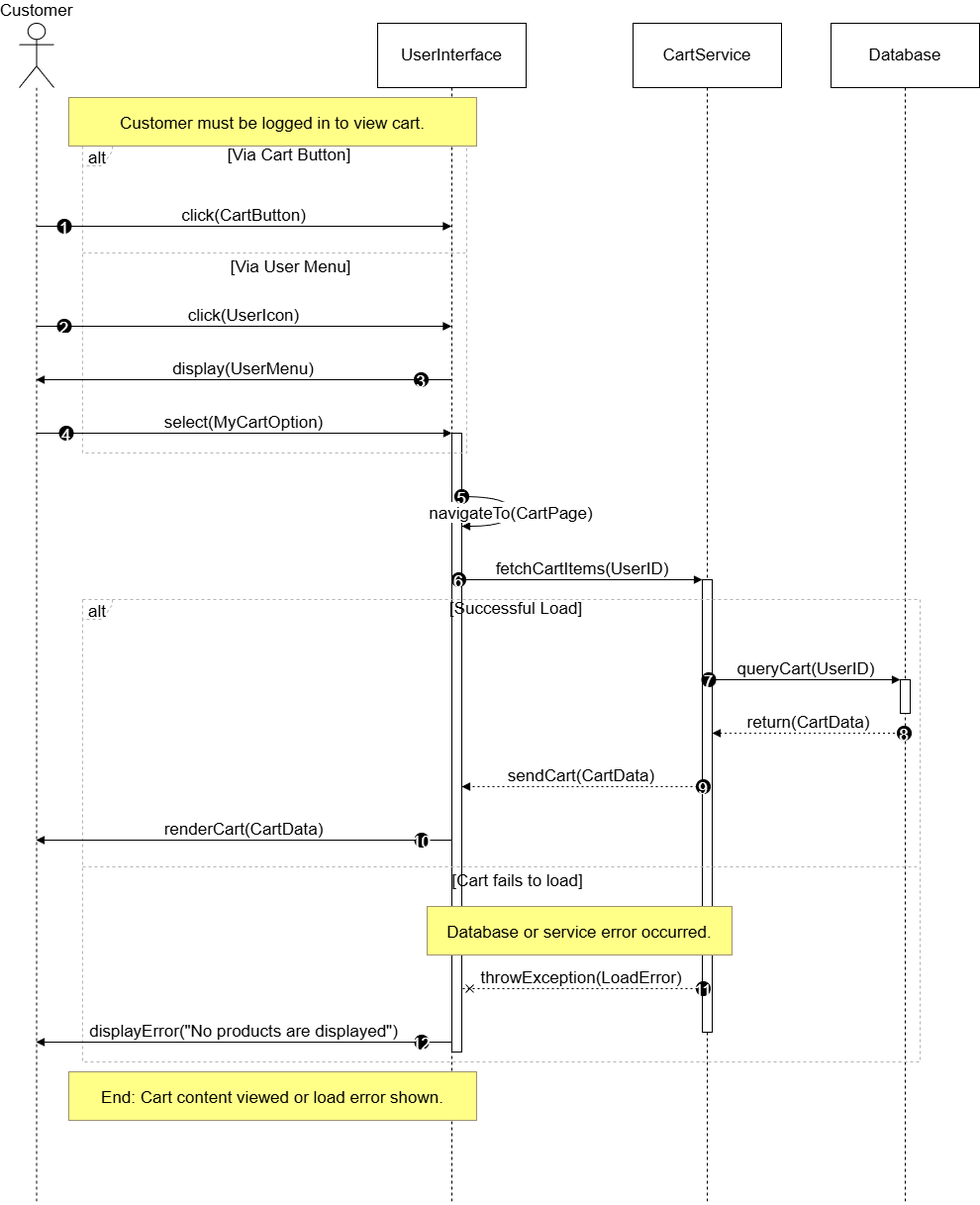
The draw.io diagram Sequence_Diagram/UC_7_ViewCart.drawio.png in auphong2707/PTTKHT-Final-Report, before a commit. Source tidied: cells renumbered, new cells last; positions are measured from the earlier drawing's top-left corner, leaving out a move shared by most shapes.
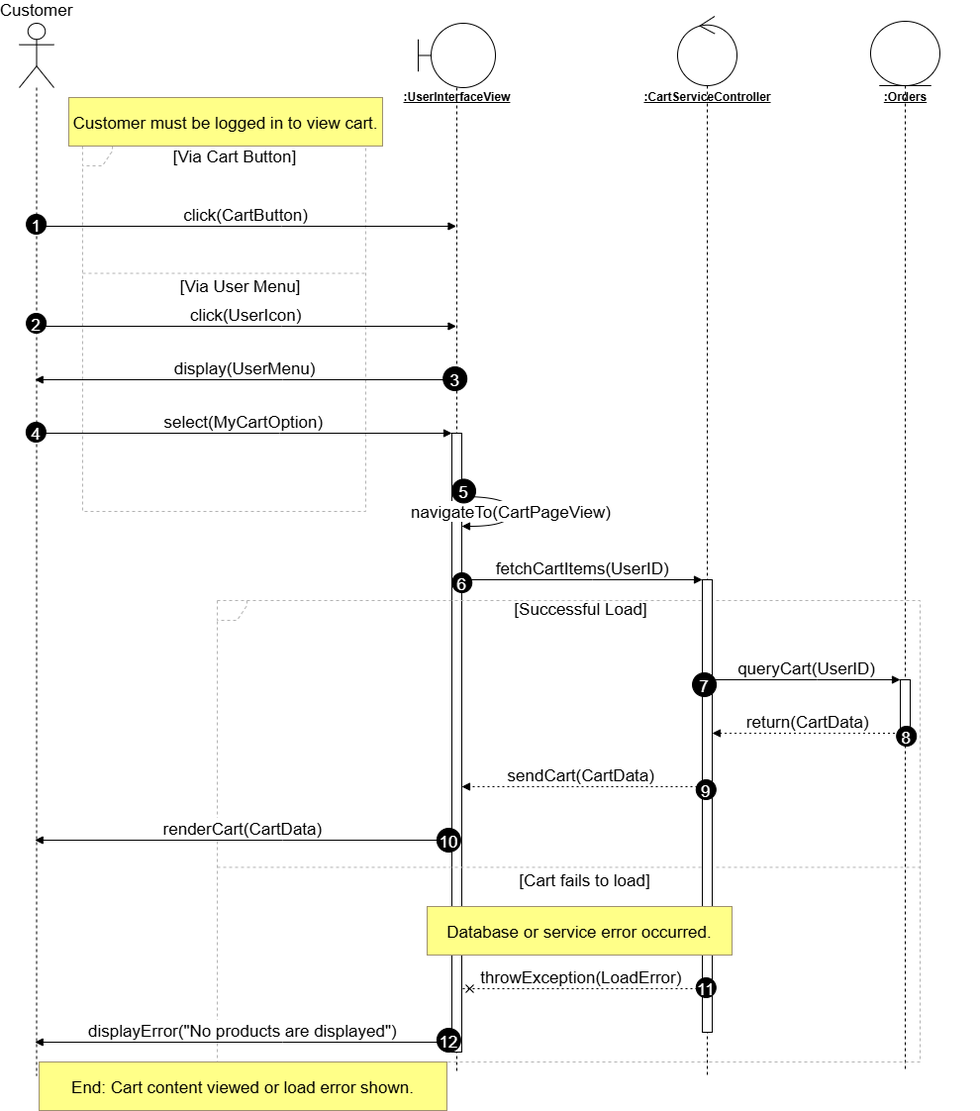
The same diagram one commit later.

What changed in the source:
```diff
@@ -4,40 +4,43 @@
     <mxCell id="1" parent="0" />
-    <mxCell id="2" value="Customer" style="shape=umlLifeline;perimeter=lifelinePerimeter;whiteSpace=wrap;outlineConnect=0;portConstraint=eastwest;newEdgeStyle={&quot;edgeStyle&quot;:&quot;elbowEdgeStyle&quot;,&quot;elbow&quot;:&quot;vertical&quot;,&quot;curved&quot;:0,&quot;rounded&quot;:0};participant=umlActor;verticalAlign=bottom;labelPosition=center;verticalLabelPosition=top;align=center;size=65;fontSize=17;" parent="1" vertex="1">
-      <mxGeometry width="35" height="1193" as="geometry" />
-    </mxCell>
-    <mxCell id="3" value="UserInterface" style="shape=umlLifeline;perimeter=lifelinePerimeter;whiteSpace=wrap;outlineConnect=0;portConstraint=eastwest;newEdgeStyle={&quot;edgeStyle&quot;:&quot;elbowEdgeStyle&quot;,&quot;elbow&quot;:&quot;vertical&quot;,&quot;curved&quot;:0,&quot;rounded&quot;:0};size=65;fontSize=17;" parent="1" vertex="1">
-      <mxGeometry x="362" width="150" height="1193" as="geometry" />
+    <mxCell id="3" style="shape=umlLifeline;perimeter=lifelinePerimeter;whiteSpace=wrap;outlineConnect=0;portConstraint=eastwest;newEdgeStyle={&quot;edgeStyle&quot;:&quot;elbowEdgeStyle&quot;,&quot;elbow&quot;:&quot;vertical&quot;,&quot;curved&quot;:0,&quot;rounded&quot;:0};participant=umlBoundary;size=65;fontSize=17;" parent="1" vertex="1">
+      <mxGeometry x="403" width="78" height="1060" as="geometry" />
     </mxCell>
-    <mxCell id="4" style="points=[];perimeter=orthogonalPerimeter;outlineConnect=0;targetShapes=umlLifeline;portConstraint=eastwest;newEdgeStyle={&quot;edgeStyle&quot;:&quot;elbowEdgeStyle&quot;,&quot;elbow&quot;:&quot;vertical&quot;,&quot;curved&quot;:0,&quot;rounded&quot;:0};fontSize=17;" parent="3" vertex="1">
-      <mxGeometry x="75" y="414" width="10" height="625" as="geometry" />
+    <mxCell id="4" style="points=[];perimeter=orthogonalPerimeter;outlineConnect=0;targetShapes=umlLifeline;portConstraint=eastwest;newEdgeStyle={&quot;edgeStyle&quot;:&quot;elbowEdgeStyle&quot;,&quot;elbow&quot;:&quot;vertical&quot;,&quot;curved&quot;:0,&quot;rounded&quot;:0};fontSize=17;" parent="1" vertex="1">
+      <mxGeometry x="437" y="414" width="10" height="625" as="geometry" />
     </mxCell>
+    <mxCell id="2" value="Customer" style="shape=umlLifeline;perimeter=lifelinePerimeter;whiteSpace=wrap;outlineConnect=0;portConstraint=eastwest;newEdgeStyle={&quot;edgeStyle&quot;:&quot;elbowEdgeStyle&quot;,&quot;elbow&quot;:&quot;vertical&quot;,&quot;curved&quot;:0,&quot;rounded&quot;:0};participant=umlActor;verticalAlign=bottom;labelPosition=center;verticalLabelPosition=top;align=center;size=65;fontSize=17;" parent="1" vertex="1">
+      <mxGeometry width="35" height="1063" as="geometry" />
+    </mxCell>
+    <mxCell id="42" value="&lt;u&gt;&lt;b&gt;:UserInterfaceView&lt;/b&gt;&lt;/u&gt;" style="text;html=1;align=center;verticalAlign=middle;" parent="1" vertex="1">
+      <mxGeometry x="367" y="65" width="150" height="20" as="geometry" />
+    </mxCell>
-    <mxCell id="5" value="CartService" style="shape=umlLifeline;perimeter=lifelinePerimeter;whiteSpace=wrap;newEdgeStyle={&quot;edgeStyle&quot;:&quot;elbowEdgeStyle&quot;,&quot;elbow&quot;:&quot;vertical&quot;,&quot;curved&quot;:0,&quot;rounded&quot;:0};size=65;fontSize=17;" parent="1" vertex="1">
-      <mxGeometry x="620" width="150" height="1193" as="geometry" />
+    <mxCell id="5" style="shape=umlLifeline;perimeter=lifelinePerimeter;whiteSpace=wrap;newEdgeStyle={&quot;edgeStyle&quot;:&quot;elbowEdgeStyle&quot;,&quot;elbow&quot;:&quot;vertical&quot;,&quot;curved&quot;:0,&quot;rounded&quot;:0};participant=umlControl;size=70;fontSize=17;" parent="1" vertex="1">
+      <mxGeometry x="665" y="-7" width="60" height="1070" as="geometry" />
     </mxCell>
-    <mxCell id="6" style="points=[];perimeter=orthogonalPerimeter;outlineConnect=0;targetShapes=umlLifeline;portConstraint=eastwest;newEdgeStyle={&quot;edgeStyle&quot;:&quot;elbowEdgeStyle&quot;,&quot;elbow&quot;:&quot;vertical&quot;,&quot;curved&quot;:0,&quot;rounded&quot;:0};fontSize=17;" parent="5" vertex="1">
-      <mxGeometry x="70" y="562" width="10" height="457" as="geometry" />
-    </mxCell>
+    <mxCell id="43" value="&lt;u&gt;&lt;b&gt;:CartServiceController&lt;/b&gt;&lt;/u&gt;" style="text;html=1;align=center;verticalAlign=middle;" parent="1" vertex="1">
+      <mxGeometry x="620" y="65" width="150" height="20" as="geometry" />
+    </mxCell>
-    <mxCell id="7" value="Database" style="shape=umlLifeline;perimeter=lifelinePerimeter;whiteSpace=wrap;outlineConnect=0;portConstraint=eastwest;newEdgeStyle={&quot;edgeStyle&quot;:&quot;elbowEdgeStyle&quot;,&quot;elbow&quot;:&quot;vertical&quot;,&quot;curved&quot;:0,&quot;rounded&quot;:0};size=65;fontSize=17;" parent="1" vertex="1">
-      <mxGeometry x="820" width="150" height="1193" as="geometry" />
+    <mxCell id="7" style="shape=umlLifeline;perimeter=lifelinePerimeter;whiteSpace=wrap;outlineConnect=0;portConstraint=eastwest;newEdgeStyle={&quot;edgeStyle&quot;:&quot;elbowEdgeStyle&quot;,&quot;elbow&quot;:&quot;vertical&quot;,&quot;curved&quot;:0,&quot;rounded&quot;:0};participant=umlEntity;size=65;fontSize=17;" parent="1" vertex="1">
+      <mxGeometry x="860" y="-2" width="70" height="1060" as="geometry" />
     </mxCell>
-    <mxCell id="8" style="points=[];perimeter=orthogonalPerimeter;outlineConnect=0;targetShapes=umlLifeline;portConstraint=eastwest;newEdgeStyle={&quot;edgeStyle&quot;:&quot;elbowEdgeStyle&quot;,&quot;elbow&quot;:&quot;vertical&quot;,&quot;curved&quot;:0,&quot;rounded&quot;:0};fontSize=17;" parent="7" vertex="1">
-      <mxGeometry x="70" y="663" width="10" height="34" as="geometry" />
-    </mxCell>
+    <mxCell id="44" value="&lt;u&gt;&lt;b&gt;:Orders&lt;/b&gt;&lt;/u&gt;" style="text;html=1;align=center;verticalAlign=middle;" parent="1" vertex="1">
+      <mxGeometry x="820" y="65" width="150" height="20" as="geometry" />
+    </mxCell>
-    <mxCell id="9" value="alt" style="shape=umlFrame;dashed=1;strokeColor=#B3B3B3;height=20;width=30;fontSize=17;" parent="1" vertex="1">
-      <mxGeometry x="64" y="124" width="388" height="310" as="geometry" />
+    <mxCell id="9" style="shape=umlFrame;dashed=1;strokeColor=#B3B3B3;height=20;width=30;fontSize=17;" parent="1" vertex="1">
+      <mxGeometry x="64" y="124" width="286" height="369" as="geometry" />
     </mxCell>
     <mxCell id="10" value="[Via Cart Button]" style="text;strokeColor=none;fillColor=none;align=center;verticalAlign=middle;whiteSpace=wrap;fontSize=17;" parent="9" vertex="1">
-      <mxGeometry x="30" width="358" height="20" as="geometry" />
+      <mxGeometry x="22.1" width="263.9" height="23.8" as="geometry" />
     </mxCell>
     <mxCell id="11" value="       [Via User Menu]" style="shape=line;dashed=1;whiteSpace=wrap;verticalAlign=top;labelPosition=center;verticalLabelPosition=middle;align=center;strokeColor=#B3B3B3;fontSize=17;" parent="9" vertex="1">
-      <mxGeometry y="106" width="388" height="4" as="geometry" />
+      <mxGeometry y="126.2" width="286" height="4.8" as="geometry" />
     </mxCell>
-    <mxCell id="12" value="alt" style="shape=umlFrame;dashed=1;strokeColor=#B3B3B3;height=20;width=30;fontSize=17;" parent="1" vertex="1">
-      <mxGeometry x="64" y="582" width="846" height="467" as="geometry" />
+    <mxCell id="12" style="shape=umlFrame;dashed=1;strokeColor=#B3B3B3;height=20;width=30;fontSize=17;" parent="1" vertex="1">
+      <mxGeometry x="200" y="583" width="710" height="466" as="geometry" />
     </mxCell>
     <mxCell id="13" value="[Successful Load]" style="text;strokeColor=none;fillColor=none;align=center;verticalAlign=middle;whiteSpace=wrap;fontSize=17;" parent="12" vertex="1">
-      <mxGeometry x="30" width="816" height="20" as="geometry" />
+      <mxGeometry x="25.2" width="684.8" height="20" as="geometry" />
     </mxCell>
     <mxCell id="14" value="       [Cart fails to load]" style="shape=line;dashed=1;whiteSpace=wrap;verticalAlign=top;labelPosition=center;verticalLabelPosition=middle;align=center;strokeColor=#B3B3B3;fontSize=17;" parent="12" vertex="1">
-      <mxGeometry y="268" width="846" height="4" as="geometry" />
+      <mxGeometry y="267.4" width="710" height="4" as="geometry" />
     </mxCell>
@@ -51,4 +54,4 @@
     <mxCell id="16" value="1" style="ellipse;fillColor=#000000;align=center;fontColor=#FFFFFF;fontSize=17;" parent="15" vertex="1">
-      <mxGeometry width="14" height="14" relative="1" as="geometry">
-        <mxPoint x="-188.5" y="-7" as="offset" />
+      <mxGeometry width="20" height="20" relative="1" as="geometry">
+        <mxPoint x="-222" y="-12" as="offset" />
       </mxGeometry>
@@ -63,4 +66,4 @@
     <mxCell id="18" value="2" style="ellipse;fillColor=#000000;align=center;fontColor=#FFFFFF;fontSize=17;" parent="17" vertex="1">
-      <mxGeometry width="14" height="14" relative="1" as="geometry">
-        <mxPoint x="-188.5" y="-7" as="offset" />
+      <mxGeometry width="20" height="20" relative="1" as="geometry">
+        <mxPoint x="-222" y="-13" as="offset" />
       </mxGeometry>
@@ -75,4 +78,4 @@
     <mxCell id="20" value="3" style="ellipse;fillColor=#000000;align=center;fontColor=#FFFFFF;fontSize=17;" parent="19" vertex="1">
-      <mxGeometry width="14" height="14" relative="1" as="geometry">
-        <mxPoint x="172.5" y="-7" as="offset" />
+      <mxGeometry width="24" height="24" relative="1" as="geometry">
+        <mxPoint x="200" y="-13" as="offset" />
       </mxGeometry>
@@ -87,7 +90,49 @@
     <mxCell id="22" value="4" style="ellipse;fillColor=#000000;align=center;fontColor=#FFFFFF;fontSize=17;" parent="21" vertex="1">
-      <mxGeometry width="14" height="14" relative="1" as="geometry">
-        <mxPoint x="-186.5" y="-7" as="offset" />
+      <mxGeometry width="20" height="20" relative="1" as="geometry">
+        <mxPoint x="-220" y="-11" as="offset" />
       </mxGeometry>
     </mxCell>
+    <mxCell id="25" value="fetchCartItems(UserID)" style="verticalAlign=bottom;edgeStyle=elbowEdgeStyle;elbow=vertical;curved=0;rounded=0;endArrow=block;fontSize=17;" parent="1" edge="1" source="4" target="6">
+      <mxGeometry relative="1" as="geometry">
+        <Array as="points">
+          <mxPoint x="579" y="562" />
+        </Array>
+      </mxGeometry>
+    </mxCell>
+    <mxCell id="26" value="6" style="ellipse;fillColor=#000000;align=center;fontColor=#FFFFFF;fontSize=17;" parent="25" vertex="1">
+      <mxGeometry width="20" height="20" relative="1" as="geometry">
+        <mxPoint x="-132" y="-7" as="offset" />
+      </mxGeometry>
+    </mxCell>
+    <mxCell id="33" value="renderCart(CartData)" style="verticalAlign=bottom;edgeStyle=elbowEdgeStyle;elbow=vertical;curved=0;rounded=0;endArrow=block;fontSize=17;" parent="1" edge="1" source="4" target="2">
+      <mxGeometry relative="1" as="geometry">
+        <Array as="points">
+          <mxPoint x="266" y="825" />
+        </Array>
+      </mxGeometry>
+    </mxCell>
+    <mxCell id="34" value="10" style="ellipse;fillColor=#000000;align=center;fontColor=#FFFFFF;fontSize=17;" parent="33" vertex="1">
+      <mxGeometry width="24" height="24" relative="1" as="geometry">
+        <mxPoint x="196" y="-12" as="offset" />
+      </mxGeometry>
+    </mxCell>
+    <mxCell id="37" value="displayError(&quot;No products are displayed&quot;)" style="verticalAlign=bottom;edgeStyle=elbowEdgeStyle;elbow=vertical;curved=0;rounded=0;endArrow=block;fontSize=17;" parent="1" edge="1" source="4" target="2">
+      <mxGeometry relative="1" as="geometry">
+        <Array as="points">
+          <mxPoint x="266" y="1029" />
+        </Array>
+      </mxGeometry>
+    </mxCell>
+    <mxCell id="38" value="12" style="ellipse;fillColor=#000000;align=center;fontColor=#FFFFFF;fontSize=17;" parent="37" vertex="1">
+      <mxGeometry width="24" height="24" relative="1" as="geometry">
+        <mxPoint x="196" y="-14" as="offset" />
+      </mxGeometry>
+    </mxCell>
+    <mxCell id="39" value="Customer must be logged in to view cart." style="fillColor=#ffff88;strokeColor=#9E916F;fontSize=17;" parent="1" vertex="1">
+      <mxGeometry x="50" y="75" width="317" height="49" as="geometry" />
+    </mxCell>
+    <mxCell id="41" value="End: Cart content viewed or load error shown." style="fillColor=#ffff88;strokeColor=#9E916F;fontSize=17;" parent="1" vertex="1">
+      <mxGeometry x="20" y="1049" width="412" height="49" as="geometry" />
+    </mxCell>
-    <mxCell id="23" value="navigateTo(CartPage)" style="curved=1;endArrow=block;rounded=0;fontSize=17;" parent="1" edge="1" source="4" target="4">
+    <mxCell id="23" value="navigateTo(CartPageView)" style="curved=1;endArrow=block;rounded=0;fontSize=17;" parent="1" edge="1" source="4" target="4">
       <mxGeometry relative="1" as="geometry">
@@ -100,18 +145,24 @@
     <mxCell id="24" value="5" style="ellipse;fillColor=#000000;align=center;fontColor=#FFFFFF;fontSize=17;" parent="23" vertex="1">
-      <mxGeometry width="14" height="14" relative="1" as="geometry">
-        <mxPoint x="-57" y="-22" as="offset" />
+      <mxGeometry width="24" height="24" relative="1" as="geometry">
+        <mxPoint x="-60" y="-32" as="offset" />
       </mxGeometry>
     </mxCell>
-    <mxCell id="25" value="fetchCartItems(UserID)" style="verticalAlign=bottom;edgeStyle=elbowEdgeStyle;elbow=vertical;curved=0;rounded=0;endArrow=block;fontSize=17;" parent="1" edge="1" source="4" target="6">
-      <mxGeometry relative="1" as="geometry">
-        <Array as="points">
-          <mxPoint x="579" y="562" />
-        </Array>
-      </mxGeometry>
-    </mxCell>
-    <mxCell id="26" value="6" style="ellipse;fillColor=#000000;align=center;fontColor=#FFFFFF;fontSize=17;" parent="25" vertex="1">
-      <mxGeometry width="14" height="14" relative="1" as="geometry">
-        <mxPoint x="-132" y="-7" as="offset" />
-      </mxGeometry>
-    </mxCell>
+    <mxCell id="6" style="points=[];perimeter=orthogonalPerimeter;outlineConnect=0;targetShapes=umlLifeline;portConstraint=eastwest;newEdgeStyle={&quot;edgeStyle&quot;:&quot;elbowEdgeStyle&quot;,&quot;elbow&quot;:&quot;vertical&quot;,&quot;curved&quot;:0,&quot;rounded&quot;:0};fontSize=17;" parent="1" vertex="1">
+      <mxGeometry x="690" y="562" width="10" height="457" as="geometry" />
+    </mxCell>
+    <mxCell id="8" style="points=[];perimeter=orthogonalPerimeter;outlineConnect=0;targetShapes=umlLifeline;portConstraint=eastwest;newEdgeStyle={&quot;edgeStyle&quot;:&quot;elbowEdgeStyle&quot;,&quot;elbow&quot;:&quot;vertical&quot;,&quot;curved&quot;:0,&quot;rounded&quot;:0};fontSize=17;" parent="1" vertex="1">
+      <mxGeometry x="890" y="663" width="10" height="60" as="geometry" />
+    </mxCell>
+    <mxCell id="31" value="sendCart(CartData)" style="verticalAlign=bottom;edgeStyle=elbowEdgeStyle;elbow=vertical;curved=0;rounded=0;dashed=1;dashPattern=2 3;endArrow=block;fontSize=17;" parent="1" edge="1" source="6" target="4">
+      <mxGeometry relative="1" as="geometry">
+        <Array as="points">
+          <mxPoint x="580" y="771" />
+        </Array>
+      </mxGeometry>
+    </mxCell>
+    <mxCell id="32" value="9" style="ellipse;fillColor=#000000;align=center;fontColor=#FFFFFF;fontSize=17;" parent="31" vertex="1">
+      <mxGeometry width="20" height="20" relative="1" as="geometry">
+        <mxPoint x="116" y="-7" as="offset" />
+      </mxGeometry>
+    </mxCell>
     <mxCell id="27" value="queryCart(UserID)" style="verticalAlign=bottom;edgeStyle=elbowEdgeStyle;elbow=vertical;curved=0;rounded=0;endArrow=block;fontSize=17;" parent="1" edge="1" source="6" target="8">
@@ -124,4 +175,4 @@
     <mxCell id="28" value="7" style="ellipse;fillColor=#000000;align=center;fontColor=#FFFFFF;fontSize=17;" parent="27" vertex="1">
-      <mxGeometry width="14" height="14" relative="1" as="geometry">
-        <mxPoint x="-105.5" y="-7" as="offset" />
+      <mxGeometry width="24" height="24" relative="1" as="geometry">
+        <mxPoint x="-115.5" y="-7" as="offset" />
       </mxGeometry>
@@ -136,3 +187,3 @@
     <mxCell id="30" value="8" style="ellipse;fillColor=#000000;align=center;fontColor=#FFFFFF;fontSize=17;" parent="29" vertex="1">
-      <mxGeometry width="14" height="14" relative="1" as="geometry">
+      <mxGeometry width="20" height="20" relative="1" as="geometry">
         <mxPoint x="89.5" y="-7" as="offset" />
@@ -140,26 +191,2 @@
     </mxCell>
-    <mxCell id="31" value="sendCart(CartData)" style="verticalAlign=bottom;edgeStyle=elbowEdgeStyle;elbow=vertical;curved=0;rounded=0;dashed=1;dashPattern=2 3;endArrow=block;fontSize=17;" parent="1" edge="1" source="6" target="4">
-      <mxGeometry relative="1" as="geometry">
-        <Array as="points">
-          <mxPoint x="580" y="771" />
-        </Array>
-      </mxGeometry>
-    </mxCell>
-    <mxCell id="32" value="9" style="ellipse;fillColor=#000000;align=center;fontColor=#FFFFFF;fontSize=17;" parent="31" vertex="1">
-      <mxGeometry width="14" height="14" relative="1" as="geometry">
-        <mxPoint x="116" y="-7" as="offset" />
-      </mxGeometry>
-    </mxCell>
-    <mxCell id="33" value="renderCart(CartData)" style="verticalAlign=bottom;edgeStyle=elbowEdgeStyle;elbow=vertical;curved=0;rounded=0;endArrow=block;fontSize=17;" parent="1" edge="1" source="4" target="2">
-      <mxGeometry relative="1" as="geometry">
-        <Array as="points">
-          <mxPoint x="266" y="825" />
-        </Array>
-      </mxGeometry>
-    </mxCell>
-    <mxCell id="34" value="10" style="ellipse;fillColor=#000000;align=center;fontColor=#FFFFFF;fontSize=17;" parent="33" vertex="1">
-      <mxGeometry width="14" height="14" relative="1" as="geometry">
-        <mxPoint x="172.5" y="-7" as="offset" />
-      </mxGeometry>
-    </mxCell>
     <mxCell id="35" value="throwException(LoadError)" style="verticalAlign=bottom;edgeStyle=elbowEdgeStyle;elbow=vertical;curved=0;rounded=0;endArrow=cross;dashed=1;dashPattern=2 3;fontSize=17;" parent="1" edge="1" source="6" target="4">
@@ -172,21 +199,6 @@
     <mxCell id="36" value="11" style="ellipse;fillColor=#000000;align=center;fontColor=#FFFFFF;fontSize=17;" parent="35" vertex="1">
-      <mxGeometry width="14" height="14" relative="1" as="geometry">
-        <mxPoint x="116" y="-7" as="offset" />
+      <mxGeometry width="20" height="20" relative="1" as="geometry">
+        <mxPoint x="116" y="-11" as="offset" />
       </mxGeometry>
     </mxCell>
-    <mxCell id="37" value="displayError(&quot;No products are displayed&quot;)" style="verticalAlign=bottom;edgeStyle=elbowEdgeStyle;elbow=vertical;curved=0;rounded=0;endArrow=block;fontSize=17;" parent="1" edge="1" source="4" target="2">
-      <mxGeometry relative="1" as="geometry">
-        <Array as="points">
-          <mxPoint x="266" y="1029" />
-        </Array>
-      </mxGeometry>
-    </mxCell>
-    <mxCell id="38" value="12" style="ellipse;fillColor=#000000;align=center;fontColor=#FFFFFF;fontSize=17;" parent="37" vertex="1">
-      <mxGeometry width="14" height="14" relative="1" as="geometry">
-        <mxPoint x="172.5" y="-7" as="offset" />
-      </mxGeometry>
-    </mxCell>
-    <mxCell id="39" value="Customer must be logged in to view cart." style="fillColor=#ffff88;strokeColor=#9E916F;fontSize=17;" parent="1" vertex="1">
-      <mxGeometry x="50" y="75" width="412" height="49" as="geometry" />
-    </mxCell>
     <mxCell id="40" value="Database or service error occurred." style="fillColor=#ffff88;strokeColor=#9E916F;fontSize=17;" parent="1" vertex="1">
@@ -194,5 +206,2 @@
     </mxCell>
-    <mxCell id="41" value="End: Cart content viewed or load error shown." style="fillColor=#ffff88;strokeColor=#9E916F;fontSize=17;" parent="1" vertex="1">
-      <mxGeometry x="50" y="1059" width="412" height="49" as="geometry" />
-    </mxCell>
   </root>
```
